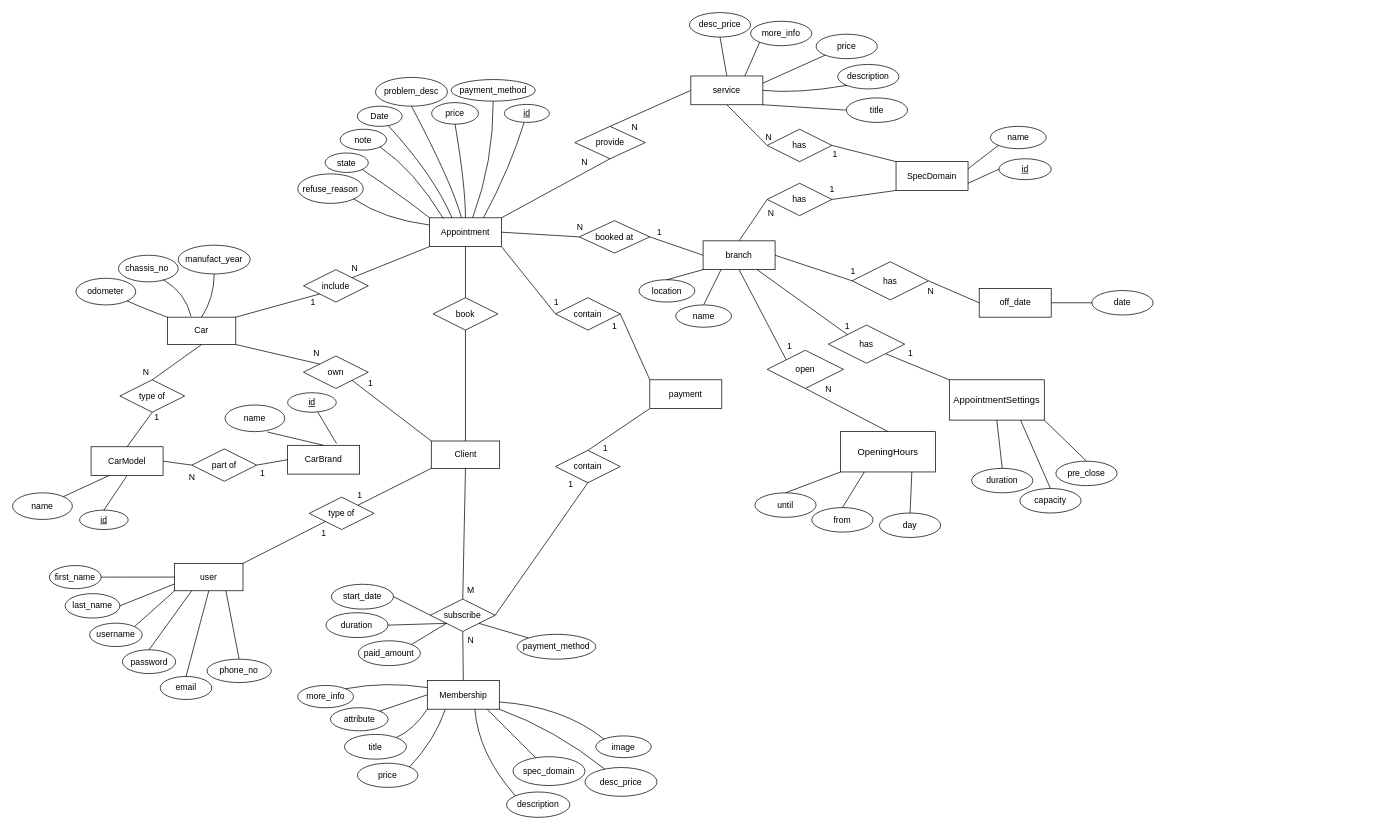
The draw.io diagram Untitled Diagram.drawio.xml in imusllam23/sample-themes, before the edit. Source tidied: cells renumbered, new cells numbered last; positions are measured from the earlier drawing's top-left corner, leaving out a move shared by most shapes. Both pictures are drawn from the tidied source at 72%, with x=0, y=0 at pixel (12, 12).
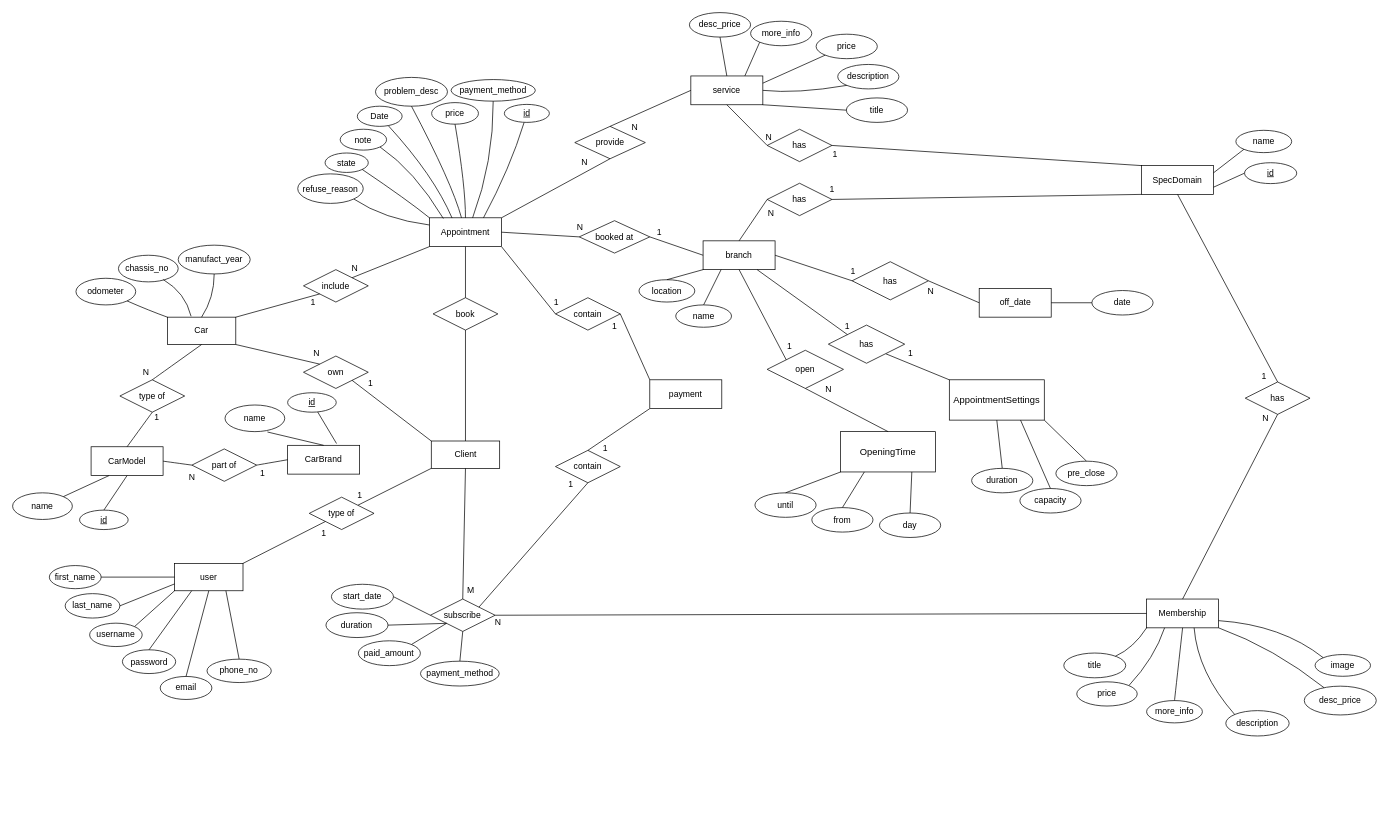
After the change.

The change refers to these unchanged cells:
```xml
<mxCell id="59" value="subscribe" style="shape=rhombus;perimeter=rhombusPerimeter;whiteSpace=wrap;html=1;align=center;" parent="1" vertex="1">
  <mxGeometry x="580.2" y="814.5" width="90" height="45" as="geometry" />
</mxCell>
<mxCell id="72" value="contain" style="shape=rhombus;perimeter=rhombusPerimeter;whiteSpace=wrap;html=1;align=center;" parent="1" vertex="1">
  <mxGeometry x="754" y="608" width="90" height="45" as="geometry" />
</mxCell>
```

Change to the diagram source:
```diff
@@
     <mxCell id="52" value="Membership" style="whiteSpace=wrap;html=1;align=center;points=[[0,0,0,0,0],[0,0.25,0,0,0],[0,0.5,0,0,0],[0,0.75,0,0,0],[0,1,0,0,0],[0.25,0,0,0,0],[0.25,1,0,0,0],[0.5,0,0,0,0],[0.5,1,0,0,0],[0.66,1,0,0,0],[0.75,0,0,0,0],[0.83,1,0,0,0],[1,0,0,0,0],[1,0.25,0,0,0],[1,0.5,0,0,0],[1,0.75,0,0,0],[1,1,0,0,0]];" parent="1" vertex="1">
-      <mxGeometry x="576" y="927.5" width="100" height="40" as="geometry" />
+      <mxGeometry x="1575" y="814.5" width="100" height="40" as="geometry" />
     </mxCell>
     <mxCell id="53" value="title" style="ellipse;whiteSpace=wrap;html=1;align=center;" parent="1" vertex="1">
-      <mxGeometry x="461" y="1002.5" width="86" height="34.4" as="geometry" />
+      <mxGeometry x="1460" y="889.5" width="86" height="34.4" as="geometry" />
     </mxCell>
     <mxCell id="54" value="description" style="ellipse;whiteSpace=wrap;html=1;align=center;" parent="1" vertex="1">
-      <mxGeometry x="686" y="1082.5" width="88" height="35.2" as="geometry" />
+      <mxGeometry x="1685" y="969.5" width="88" height="35.2" as="geometry" />
     </mxCell>
     <mxCell id="55" value="price" style="ellipse;whiteSpace=wrap;html=1;align=center;" parent="1" vertex="1">
-      <mxGeometry x="479" y="1042.5" width="84" height="33.6" as="geometry" />
+      <mxGeometry x="1478" y="929.5" width="84" height="33.6" as="geometry" />
     </mxCell>
     <mxCell id="56" value="desc_price" style="ellipse;whiteSpace=wrap;html=1;align=center;" parent="1" vertex="1">
-      <mxGeometry x="795" y="1048.5" width="100" height="40" as="geometry" />
+      <mxGeometry x="1794" y="935.5" width="100" height="40" as="geometry" />
     </mxCell>
-    <mxCell id="57" value="spec_domain" style="ellipse;whiteSpace=wrap;html=1;align=center;" parent="1" vertex="1">
-      <mxGeometry x="695" y="1033.5" width="100" height="40" as="geometry" />
-    </mxCell>
     <mxCell id="58" value="more_info" style="ellipse;whiteSpace=wrap;html=1;align=center;" parent="1" vertex="1">
-      <mxGeometry x="396" y="934.5" width="77.5" height="31" as="geometry" />
+      <mxGeometry x="1575" y="955.5" width="77.5" height="31" as="geometry" />
     </mxCell>
@@
-    <mxCell id="61" style="endArrow=none;html=1;rounded=0;exitX=1;exitY=0.5;exitDx=0;exitDy=0;entryX=0.5;entryY=1;entryDx=0;entryDy=0;" parent="1" edge="1" source="59" target="72">
+    <mxCell id="61" style="endArrow=none;html=1;rounded=0;exitX=1;exitY=0;exitDx=0;exitDy=0;entryX=0.5;entryY=1;entryDx=0;entryDy=0;" parent="1" edge="1" source="59" target="72">
       <mxGeometry relative="1" as="geometry" />
     </mxCell>
     <mxCell id="62" style="endArrow=none;html=1;rounded=0;entryX=0;entryY=1;entryDx=0;entryDy=0;curved=1;" parent="1" edge="1" source="53" target="52">
       <mxGeometry relative="1" as="geometry">
         <Array as="points">
-          <mxPoint x="558" y="995.5" />
+          <mxPoint x="1557" y="882.5" />
         </Array>
       </mxGeometry>
     </mxCell>
-    <mxCell id="63" value="attribute" style="ellipse;whiteSpace=wrap;html=1;align=center;" parent="1" vertex="1">
-      <mxGeometry x="441.5" y="965.5" width="80" height="32" as="geometry" />
-    </mxCell>
     <mxCell id="64" style="endArrow=none;html=1;rounded=0;exitX=0.25;exitY=1;exitDx=0;exitDy=0;entryX=1;entryY=0;entryDx=0;entryDy=0;curved=1;" parent="1" edge="1" source="52" target="55">
       <mxGeometry relative="1" as="geometry">
         <Array as="points">
-          <mxPoint x="587" y="1009.5" />
+          <mxPoint x="1586" y="896.5" />
         </Array>
       </mxGeometry>
     </mxCell>
     <mxCell id="65" style="endArrow=none;html=1;rounded=0;exitX=0;exitY=0;exitDx=0;exitDy=0;curved=1;entryX=0.66;entryY=1;entryDx=0;entryDy=0;entryPerimeter=0;" parent="1" edge="1" source="54" target="52">
       <mxGeometry relative="1" as="geometry">
         <Array as="points">
-          <mxPoint x="647" y="1029.5" />
+          <mxPoint x="1646" y="916.5" />
         </Array>
       </mxGeometry>
     </mxCell>
-    <mxCell id="66" style="endArrow=none;html=1;rounded=0;entryX=0;entryY=0.5;entryDx=0;entryDy=0;exitX=1;exitY=0;exitDx=0;exitDy=0;" parent="1" edge="1" source="63" target="52">
-      <mxGeometry relative="1" as="geometry" />
-    </mxCell>
-    <mxCell id="67" style="endArrow=none;html=1;rounded=0;entryX=0;entryY=0.25;entryDx=0;entryDy=0;exitX=1;exitY=0;exitDx=0;exitDy=0;curved=1;" parent="1" edge="1" source="58" target="52">
-      <mxGeometry relative="1" as="geometry">
-        <Array as="points">
-          <mxPoint x="519" y="928.5" />
-        </Array>
-      </mxGeometry>
+    <mxCell id="67" style="endArrow=none;html=1;rounded=0;entryX=0.5;entryY=1;entryDx=0;entryDy=0;exitX=0.5;exitY=0;exitDx=0;exitDy=0;curved=1;entryPerimeter=0;" parent="1" edge="1" source="58" target="52">
+      <mxGeometry relative="1" as="geometry" />
     </mxCell>
-    <mxCell id="68" style="endArrow=none;html=1;rounded=0;entryX=0.83;entryY=1;entryDx=0;entryDy=0;entryPerimeter=0;" parent="1" edge="1" source="57" target="52">
-      <mxGeometry relative="1" as="geometry" />
-    </mxCell>
     <mxCell id="69" style="endArrow=none;html=1;rounded=0;exitX=1;exitY=1;exitDx=0;exitDy=0;exitPerimeter=0;curved=1;" parent="1" edge="1" source="52" target="56">
       <mxGeometry relative="1" as="geometry">
         <Array as="points">
-          <mxPoint x="753" y="995.5" />
+          <mxPoint x="1752" y="882.5" />
         </Array>
       </mxGeometry>
     </mxCell>
     <mxCell id="70" value="image" style="ellipse;whiteSpace=wrap;html=1;align=center;" parent="1" vertex="1">
-      <mxGeometry x="810" y="1004.6" width="77" height="30.2" as="geometry" />
+      <mxGeometry x="1809" y="891.6" width="77" height="30.2" as="geometry" />
     </mxCell>
     <mxCell id="71" style="endArrow=none;html=1;rounded=0;exitX=1;exitY=0.75;exitDx=0;exitDy=0;exitPerimeter=0;entryX=0;entryY=0;entryDx=0;entryDy=0;curved=1;" parent="1" edge="1" source="52" target="70">
       <mxGeometry relative="1" as="geometry">
         <Array as="points">
-          <mxPoint x="764" y="963.5" />
+          <mxPoint x="1763" y="850.5" />
         </Array>
       </mxGeometry>
     </mxCell>
@@
-    <mxCell id="76" style="endArrow=none;html=1;rounded=0;exitX=0.5;exitY=0;exitDx=0;exitDy=0;entryX=0.5;entryY=1;entryDx=0;entryDy=0;exitPerimeter=0;" parent="1" edge="1" source="52" target="59">
+    <mxCell id="76" style="endArrow=none;html=1;rounded=0;exitX=0;exitY=0.5;exitDx=0;exitDy=0;exitPerimeter=0;entryX=1;entryY=0.5;entryDx=0;entryDy=0;" parent="1" edge="1" source="52" target="59">
       <mxGeometry relative="1" as="geometry" />
     </mxCell>
@@
     <mxCell id="82" value="payment_method" style="ellipse;whiteSpace=wrap;html=1;align=center;" parent="1" vertex="1">
-      <mxGeometry x="700.6" y="863.5" width="109.4" height="34.5" as="geometry" />
+      <mxGeometry x="566.5" y="900.8" width="109.4" height="34.5" as="geometry" />
     </mxCell>
-    <mxCell id="83" style="endArrow=none;html=1;rounded=0;exitX=1;exitY=1;exitDx=0;exitDy=0;entryX=0;entryY=0;entryDx=0;entryDy=0;" parent="1" edge="1" source="59" target="82">
+    <mxCell id="83" style="endArrow=none;html=1;rounded=0;exitX=0.5;exitY=1;exitDx=0;exitDy=0;entryX=0.5;entryY=0;entryDx=0;entryDy=0;" parent="1" edge="1" source="59" target="82">
       <mxGeometry relative="1" as="geometry" />
     </mxCell>
@@
     <mxCell id="105" value="SpecDomain" style="whiteSpace=wrap;html=1;align=center;" parent="1" vertex="1">
-      <mxGeometry x="1227" y="207" width="100" height="40" as="geometry" />
+      <mxGeometry x="1568" y="212.5" width="100" height="40" as="geometry" />
     </mxCell>
@@
     <mxCell id="112" value="name" style="ellipse;whiteSpace=wrap;html=1;align=center;" parent="1" vertex="1">
-      <mxGeometry x="1358" y="158" width="77.5" height="31" as="geometry" />
+      <mxGeometry x="1699" y="163.5" width="77.5" height="31" as="geometry" />
     </mxCell>
@@
     <mxCell id="115" value="id" style="ellipse;whiteSpace=wrap;html=1;align=center;fontStyle=4;" parent="1" vertex="1">
-      <mxGeometry x="1370" y="203" width="72.5" height="29" as="geometry" />
+      <mxGeometry x="1711" y="208.5" width="72.5" height="29" as="geometry" />
     </mxCell>
@@
-    <mxCell id="126" value="OpeningHours" style="rounded=1;arcSize=0;whiteSpace=wrap;html=1;align=center;fontSize=13;" parent="1" vertex="1">
+    <mxCell id="126" value="OpeningTime" style="rounded=1;arcSize=0;whiteSpace=wrap;html=1;align=center;fontSize=13;" parent="1" vertex="1">
       <mxGeometry x="1150" y="582" width="131.9" height="56" as="geometry" />
     </mxCell>
@@
     <mxCell id="169" value="N" style="text;html=1;align=center;verticalAlign=middle;strokeColor=none;fillColor=none;" parent="1" vertex="1">
-      <mxGeometry x="622" y="859" width="27" height="26" as="geometry" />
+      <mxGeometry x="660" y="833.5" width="27" height="26" as="geometry" />
     </mxCell>
@@
+    <mxCell id="192" value="has" style="shape=rhombus;perimeter=rhombusPerimeter;whiteSpace=wrap;html=1;align=center;" parent="1" vertex="1">
+      <mxGeometry x="1712" y="513" width="90" height="45" as="geometry" />
+    </mxCell>
+    <mxCell id="193" style="endArrow=none;html=1;rounded=0;exitX=0.5;exitY=1;exitDx=0;exitDy=0;entryX=0.5;entryY=0;entryDx=0;entryDy=0;" parent="1" edge="1" source="105" target="192">
+      <mxGeometry relative="1" as="geometry" />
+    </mxCell>
+    <mxCell id="194" style="endArrow=none;html=1;rounded=0;exitX=0.5;exitY=1;exitDx=0;exitDy=0;entryX=0.5;entryY=0;entryDx=0;entryDy=0;entryPerimeter=0;" parent="1" edge="1" source="192" target="52">
+      <mxGeometry relative="1" as="geometry" />
+    </mxCell>
+    <mxCell id="195" value="N" style="text;html=1;align=center;verticalAlign=middle;strokeColor=none;fillColor=none;" parent="1" vertex="1">
+      <mxGeometry x="1726" y="550.5" width="27" height="26" as="geometry" />
+    </mxCell>
+    <mxCell id="196" value="1" style="text;html=1;align=center;verticalAlign=middle;strokeColor=none;fillColor=none;" parent="1" vertex="1">
+      <mxGeometry x="1725.2" y="492" width="25" height="26" as="geometry" />
+    </mxCell>
```
